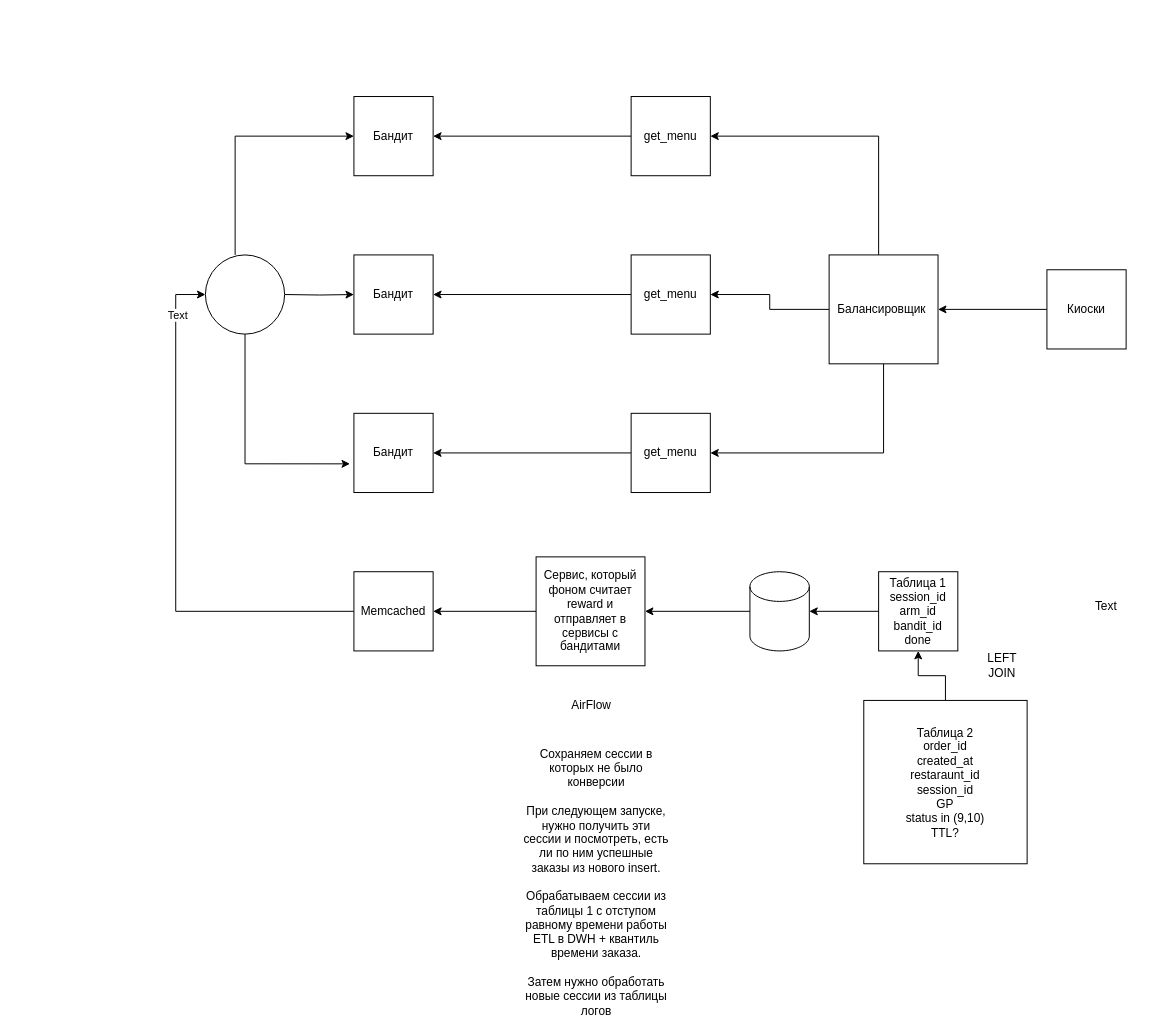
Before: тест в феврале.drawio in ArlanovCsb/responsive_menu, a draw.io diagram. Source tidied: cells renumbered, new cells numbered last; positions are measured from the earlier drawing's top-left corner, leaving out a move shared by most shapes. Both pictures are drawn from the tidied source at 99%, with x=0, y=0 at pixel (175, 96).
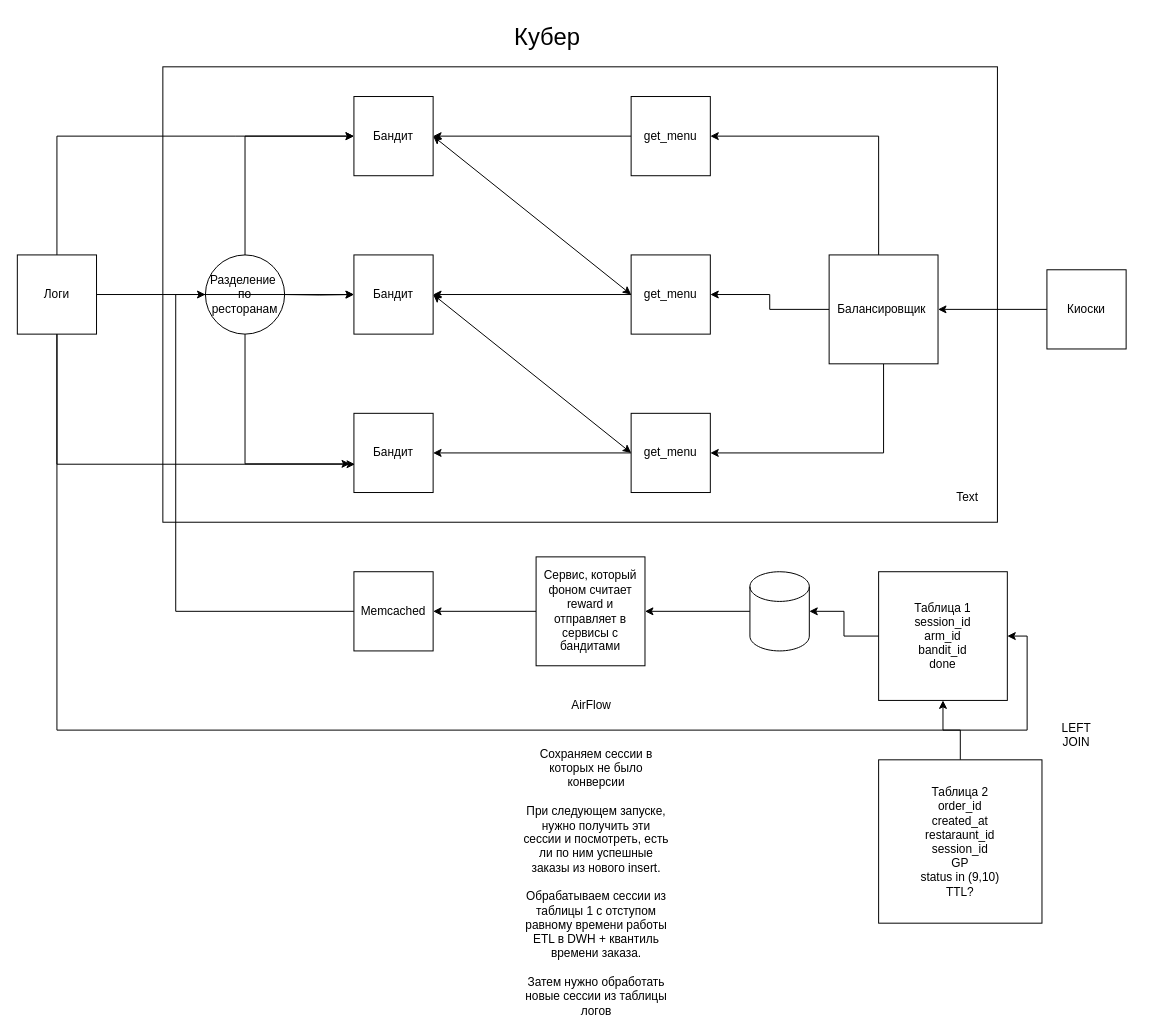
The same page after the edit.

The change refers to these unchanged cells:
```xml
<mxCell id="5" value="get_menu" style="whiteSpace=wrap;html=1;" parent="1" vertex="1">
  <mxGeometry x="460" y="160" width="80" height="80" as="geometry" />
</mxCell>
<mxCell id="12" value="Бандит" style="whiteSpace=wrap;html=1;" parent="1" vertex="1">
  <mxGeometry x="180" width="80" height="80" as="geometry" />
</mxCell>
<mxCell id="13" value="Бандит" style="whiteSpace=wrap;html=1;" parent="1" vertex="1">
  <mxGeometry x="180" y="160" width="80" height="80" as="geometry" />
</mxCell>
<mxCell id="14" value="Бандит" style="whiteSpace=wrap;html=1;" parent="1" vertex="1">
  <mxGeometry x="180" y="320" width="80" height="80" as="geometry" />
</mxCell>
<mxCell id="17" style="edgeStyle=orthogonalEdgeStyle;rounded=0;jettySize=auto;html=1;entryX=0;entryY=0.5;entryDx=0;entryDy=0;" parent="1" edge="1" source="19">
  <mxGeometry relative="1" as="geometry">
    <mxPoint x="30" y="200" as="targetPoint" />
    <Array as="points">
      <mxPoint y="520" />
      <mxPoint y="200" />
    </Array>
  </mxGeometry>
</mxCell>
```

What changed in the source:
```diff
@@
+    <mxCell id="36" style="rounded=0;whiteSpace=wrap;html=1;" parent="1" vertex="1">
+      <mxGeometry x="-13" y="-30" width="843" height="460" as="geometry" />
+    </mxCell>
@@
-    <mxCell id="18" value="Text" style="edgeLabel;html=1;align=center;verticalAlign=middle;" parent="17" vertex="1">
-      <mxGeometry x="0.81" y="-1" relative="1" as="geometry" />
-    </mxCell>
@@
     <mxCell id="22" value="Таблица 1&lt;br&gt;session_id&lt;br&gt;arm_id&lt;br&gt;bandit_id&lt;br&gt;done" style="whiteSpace=wrap;html=1;" parent="1" vertex="1">
-      <mxGeometry x="710" y="480" width="80" height="80" as="geometry" />
+      <mxGeometry x="710" y="480" width="130" height="130" as="geometry" />
     </mxCell>
@@
     <mxCell id="24" value="Таблица 2&lt;br&gt;order_id&lt;br&gt;created_at&lt;br&gt;restaraunt_id&lt;br&gt;session_id&lt;br&gt;GP&lt;br&gt;status in (9,10)&lt;br&gt;TTL?" style="whiteSpace=wrap;html=1;" parent="1" vertex="1">
-      <mxGeometry x="695" y="610" width="165" height="165" as="geometry" />
+      <mxGeometry x="710" y="670" width="165" height="165" as="geometry" />
     </mxCell>
     <mxCell id="25" value="LEFT JOIN" style="text;html=1;align=center;verticalAlign=middle;whiteSpace=wrap;rounded=0;" parent="1" vertex="1">
-      <mxGeometry x="805" y="560" width="60" height="30" as="geometry" />
+      <mxGeometry x="880" y="630" width="60" height="30" as="geometry" />
     </mxCell>
@@
-    <mxCell id="27" style="edgeStyle=orthogonalEdgeStyle;rounded=0;jettySize=auto;html=1;entryX=0;entryY=0.5;entryDx=0;entryDy=0;" parent="1" edge="1" target="12">
+    <mxCell id="27" style="edgeStyle=orthogonalEdgeStyle;rounded=0;orthogonalLoop=1;jettySize=auto;html=1;" parent="1" edge="1">
       <mxGeometry relative="1" as="geometry">
-        <mxPoint x="60" y="160" as="sourcePoint" />
+        <mxPoint x="80" y="170" as="sourcePoint" />
+        <mxPoint x="180" y="40" as="targetPoint" />
         <Array as="points">
-          <mxPoint x="60" y="40" />
+          <mxPoint x="70" y="170" />
+          <mxPoint x="70" y="40" />
         </Array>
       </mxGeometry>
     </mxCell>
@@
-    <mxCell id="29" style="ellipse;whiteSpace=wrap;html=1;" parent="1" vertex="1">
+    <mxCell id="29" value="Разделение&amp;nbsp;&lt;br&gt;по ресторанам" style="ellipse;whiteSpace=wrap;html=1;" parent="1" vertex="1">
       <mxGeometry x="30" y="160" width="80" height="80" as="geometry" />
     </mxCell>
@@
+    <mxCell id="35" value="&lt;br&gt;&lt;br&gt;&lt;br&gt;&lt;br&gt;Сохраняем сессии в которых не было конверсии&lt;br&gt;&lt;br&gt;При следующем запуске, нужно получить эти сессии и посмотреть, есть ли по ним успешные заказы из нового insert.&lt;br&gt;&lt;br&gt;Обрабатываем сессии из таблицы 1 с отступом равному времени работы ETL в DWH + квантиль времени заказа.&lt;br&gt;&lt;br&gt;Затем нужно обработать новые сессии из таблицы логов" style="text;html=1;align=center;verticalAlign=middle;whiteSpace=wrap;rounded=0;" parent="1" vertex="1">
+      <mxGeometry x="350" y="750" width="150" height="30" as="geometry" />
+    </mxCell>
     <mxCell id="34" value="Text" style="text;html=1;align=center;verticalAlign=middle;whiteSpace=wrap;rounded=0;" parent="1" vertex="1">
-      <mxGeometry x="910" y="500" width="60" height="30" as="geometry" />
+      <mxGeometry x="770" y="390" width="60" height="30" as="geometry" />
     </mxCell>
-    <mxCell id="35" value="&lt;br&gt;&lt;br&gt;&lt;br&gt;&lt;br&gt;Сохраняем сессии в которых не было конверсии&lt;br&gt;&lt;br&gt;При следующем запуске, нужно получить эти сессии и посмотреть, есть ли по ним успешные заказы из нового insert.&lt;br&gt;&lt;br&gt;Обрабатываем сессии из таблицы 1 с отступом равному времени работы ETL в DWH + квантиль времени заказа.&lt;br&gt;&lt;br&gt;Затем нужно обработать новые сессии из таблицы логов" style="text;html=1;align=center;verticalAlign=middle;whiteSpace=wrap;rounded=0;" parent="1" vertex="1">
-      <mxGeometry x="350" y="750" width="150" height="30" as="geometry" />
-    </mxCell>
+    <mxCell id="37" value="&lt;font style=&quot;font-size: 24px;&quot;&gt;Кубер&lt;/font&gt;" style="text;html=1;align=center;verticalAlign=middle;strokeColor=none;fillColor=none;" parent="1" vertex="1">
+      <mxGeometry x="330" y="-80" width="90" height="40" as="geometry" />
+    </mxCell>
+    <mxCell id="38" style="endArrow=classic;startArrow=classic;html=1;rounded=0;entryX=1;entryY=0.5;entryDx=0;entryDy=0;exitX=0;exitY=0.5;exitDx=0;exitDy=0;" parent="1" edge="1" source="5" target="12">
+      <mxGeometry relative="1" as="geometry" />
+    </mxCell>
+    <mxCell id="39" style="endArrow=classic;startArrow=classic;html=1;rounded=0;entryX=1;entryY=0.5;entryDx=0;entryDy=0;exitX=0;exitY=0.5;exitDx=0;exitDy=0;" parent="1" edge="1">
+      <mxGeometry relative="1" as="geometry">
+        <mxPoint x="460" y="360" as="sourcePoint" />
+        <mxPoint x="260" y="200" as="targetPoint" />
+      </mxGeometry>
+    </mxCell>
+    <mxCell id="40" style="edgeStyle=orthogonalEdgeStyle;rounded=0;jettySize=auto;html=1;" parent="1" edge="1" source="43">
+      <mxGeometry relative="1" as="geometry">
+        <mxPoint x="180" y="40" as="targetPoint" />
+        <Array as="points">
+          <mxPoint x="-120" y="40" />
+          <mxPoint x="60" y="40" />
+        </Array>
+      </mxGeometry>
+    </mxCell>
+    <mxCell id="41" style="edgeStyle=orthogonalEdgeStyle;rounded=0;jettySize=auto;html=1;entryX=0;entryY=0.5;entryDx=0;entryDy=0;" parent="1" edge="1" source="43" target="13">
+      <mxGeometry relative="1" as="geometry" />
+    </mxCell>
+    <mxCell id="42" style="edgeStyle=orthogonalEdgeStyle;rounded=0;jettySize=auto;html=1;entryX=1;entryY=0.5;entryDx=0;entryDy=0;" parent="1" edge="1" source="43" target="22">
+      <mxGeometry relative="1" as="geometry">
+        <Array as="points">
+          <mxPoint x="-120" y="640" />
+          <mxPoint x="860" y="640" />
+          <mxPoint x="860" y="545" />
+        </Array>
+      </mxGeometry>
+    </mxCell>
+    <mxCell id="43" value="Логи" style="whiteSpace=wrap;html=1;" parent="1" vertex="1">
+      <mxGeometry x="-160" y="160" width="80" height="80" as="geometry" />
+    </mxCell>
+    <mxCell id="44" style="edgeStyle=orthogonalEdgeStyle;rounded=0;jettySize=auto;html=1;entryX=0.013;entryY=0.643;entryDx=0;entryDy=0;entryPerimeter=0;" parent="1" edge="1" source="43" target="14">
+      <mxGeometry relative="1" as="geometry">
+        <Array as="points">
+          <mxPoint x="-120" y="371" />
+        </Array>
+      </mxGeometry>
+    </mxCell>
```
